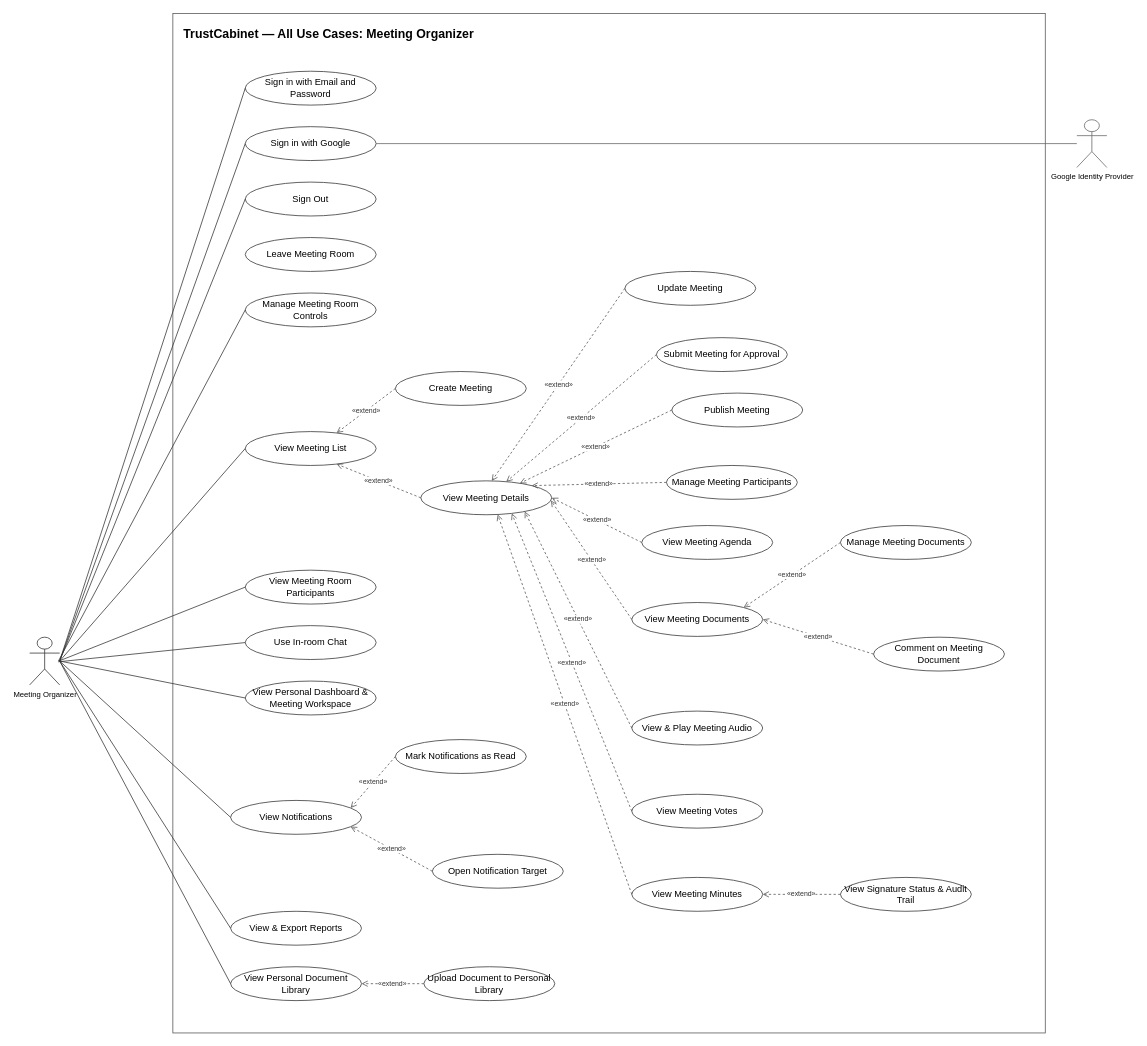
Above: page "Meeting Organizer" (2 of 7) of docs/assets/use-case-diagrams/trustcabinet-use-cases.drawio in callmehai/FU-FA26-G116 (draw.io), before the change. Source tidied: cells renumbered, new cells numbered last; positions are measured from the earlier drawing's top-left corner, leaving out a move shared by most shapes. Both pictures are drawn from the tidied source at 77%, with x=0, y=0 at pixel (29, 13).
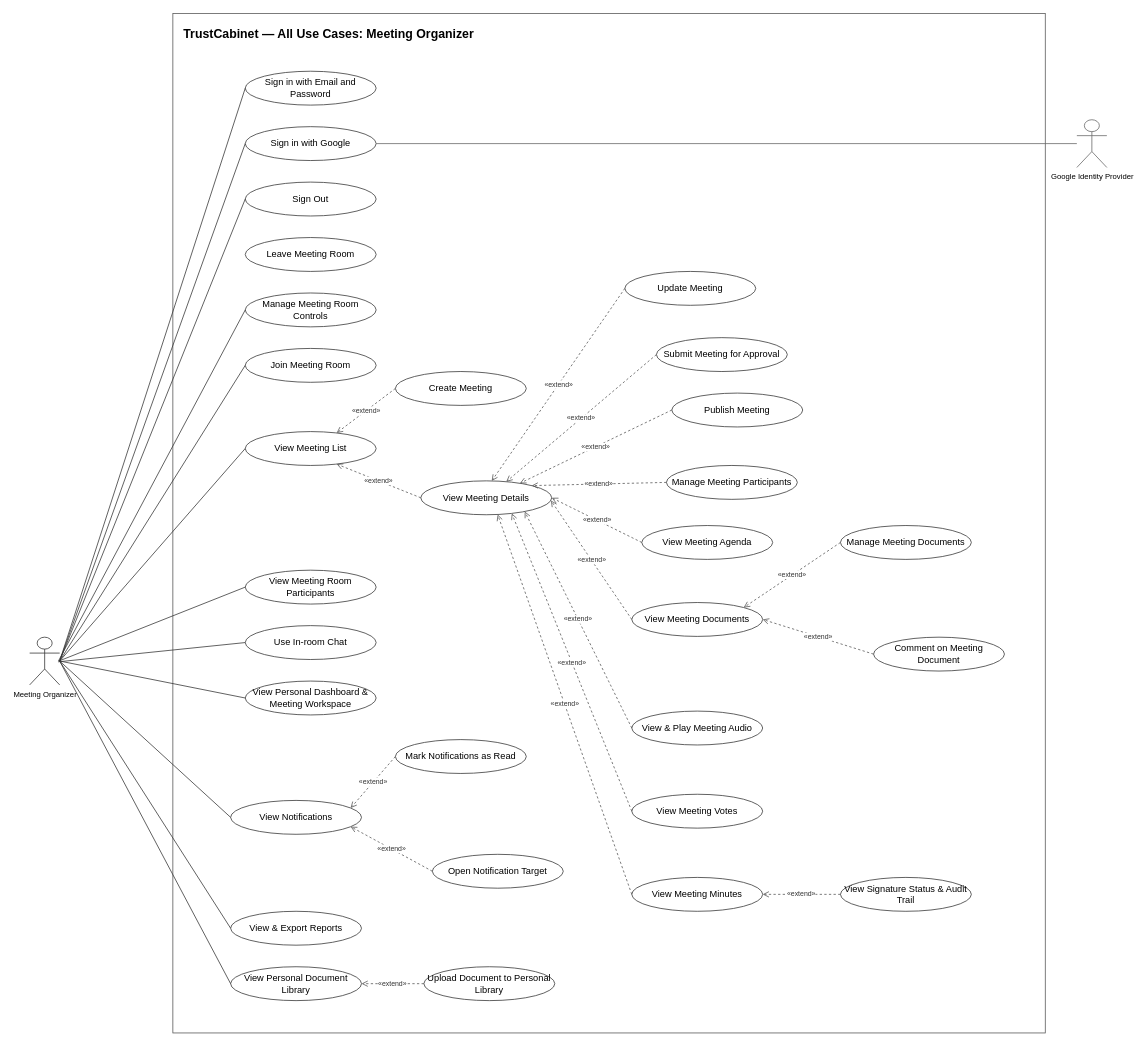
After the change.

Unchanged cells that the change refers to:
```xml
<mxCell id="36" value="Meeting Organizer" style="shape=umlActor;verticalLabelPosition=bottom;verticalAlign=top;html=1;outlineConnect=0;fillColor=#ffffff;strokeColor=#333333;fontSize=10;" parent="1" vertex="1">
  <mxGeometry y="810" width="39" height="62" as="geometry" />
</mxCell>
```

Diff of the diagram source:
```diff
@@
+    <mxCell id="63" value="Join Meeting Room" style="ellipse;whiteSpace=wrap;html=1;align=center;verticalAlign=middle;fontSize=12;strokeColor=#333333;fillColor=#ffffff;" parent="1" vertex="1">
+      <mxGeometry x="280" y="435" width="170" height="44" as="geometry" />
+    </mxCell>
+    <mxCell id="64" style="edgeStyle=none;html=1;strokeColor=#333333;strokeWidth=1;endArrow=none;startArrow=none;exitX=1;exitY=0.5;exitDx=0;exitDy=0;entryX=0;entryY=0.5;entryDx=0;entryDy=0;" parent="1" edge="1" source="36" target="63">
+      <mxGeometry relative="1" as="geometry" />
+    </mxCell>
```
